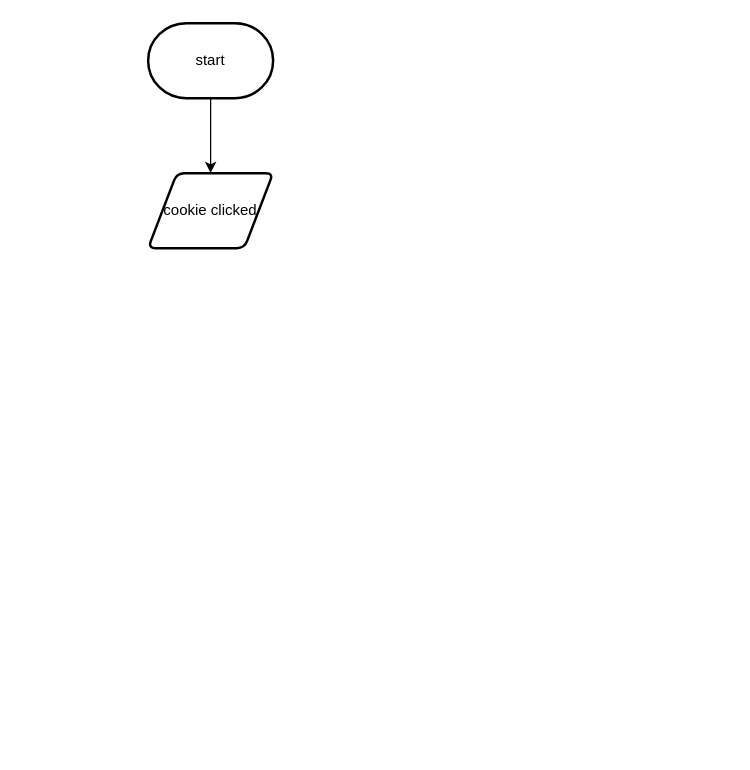
Before: design/flowchart.drawio in sophie-nguyen-0/ICS2O-unit6-02-storage, a draw.io diagram. Source tidied: cells renumbered, new cells numbered last; positions are measured from the earlier drawing's top-left corner, leaving out a move shared by most shapes. Both pictures are drawn from the tidied source at 125%, with x=0, y=0 at pixel (148, 22).
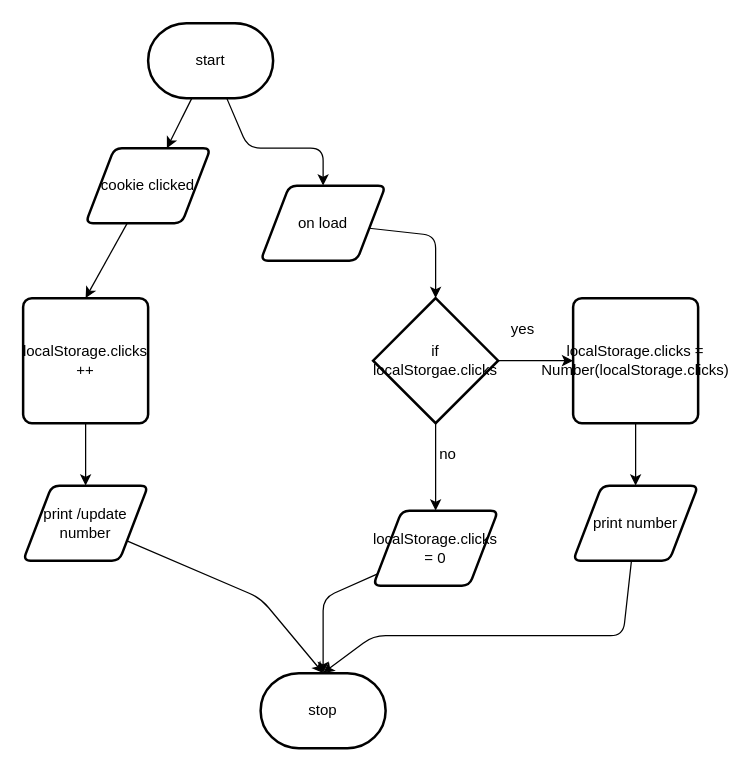
After the change.

The change refers to these unchanged cells:
```xml
<mxCell id="3" value="start" style="strokeWidth=2;html=1;shape=mxgraph.flowchart.terminator;whiteSpace=wrap;" parent="1" vertex="1">
  <mxGeometry width="100" height="60" as="geometry" />
</mxCell>
```

What changed in the source:
```diff
@@
+    <mxCell id="5" style="edgeStyle=none;html=1;entryX=0.5;entryY=0;entryDx=0;entryDy=0;" parent="1" edge="1" source="3" target="10">
+      <mxGeometry relative="1" as="geometry">
+        <Array as="points">
+          <mxPoint x="80" y="100" />
+          <mxPoint x="140" y="100" />
+        </Array>
+      </mxGeometry>
+    </mxCell>
@@
+    <mxCell id="6" style="edgeStyle=none;html=1;entryX=0.5;entryY=0;entryDx=0;entryDy=0;" parent="1" edge="1" source="4" target="8">
+      <mxGeometry relative="1" as="geometry" />
+    </mxCell>
     <mxCell id="4" value="cookie clicked" style="shape=parallelogram;html=1;strokeWidth=2;perimeter=parallelogramPerimeter;whiteSpace=wrap;rounded=1;arcSize=12;size=0.23;" parent="1" vertex="1">
-      <mxGeometry y="120" width="100" height="60" as="geometry" />
+      <mxGeometry x="-50" y="100" width="100" height="60" as="geometry" />
     </mxCell>
+    <mxCell id="7" style="edgeStyle=none;html=1;" parent="1" edge="1" source="8" target="19">
+      <mxGeometry relative="1" as="geometry" />
+    </mxCell>
+    <mxCell id="8" value="localStorage.clicks ++" style="rounded=1;whiteSpace=wrap;html=1;absoluteArcSize=1;arcSize=14;strokeWidth=2;" parent="1" vertex="1">
+      <mxGeometry x="-100" y="220" width="100" height="100" as="geometry" />
+    </mxCell>
+    <mxCell id="9" style="edgeStyle=none;html=1;entryX=0.5;entryY=0;entryDx=0;entryDy=0;entryPerimeter=0;" parent="1" edge="1" source="10" target="13">
+      <mxGeometry relative="1" as="geometry">
+        <Array as="points">
+          <mxPoint x="230" y="170" />
+        </Array>
+      </mxGeometry>
+    </mxCell>
+    <mxCell id="10" value="on load" style="shape=parallelogram;html=1;strokeWidth=2;perimeter=parallelogramPerimeter;whiteSpace=wrap;rounded=1;arcSize=12;size=0.23;" parent="1" vertex="1">
+      <mxGeometry x="90" y="130" width="100" height="60" as="geometry" />
+    </mxCell>
+    <mxCell id="11" style="edgeStyle=none;html=1;" parent="1" edge="1" source="13" target="15">
+      <mxGeometry relative="1" as="geometry" />
+    </mxCell>
+    <mxCell id="12" style="edgeStyle=none;html=1;" parent="1" edge="1" source="13" target="21">
+      <mxGeometry relative="1" as="geometry" />
+    </mxCell>
+    <mxCell id="13" value="if localStorgae.clicks" style="strokeWidth=2;html=1;shape=mxgraph.flowchart.decision;whiteSpace=wrap;" parent="1" vertex="1">
+      <mxGeometry x="180" y="220" width="100" height="100" as="geometry" />
+    </mxCell>
+    <mxCell id="14" style="edgeStyle=none;html=1;" parent="1" edge="1" source="15" target="17">
+      <mxGeometry relative="1" as="geometry" />
+    </mxCell>
+    <mxCell id="15" value="&lt;span style=&quot;font-size: 12px&quot;&gt;localStorage.clicks = Number(localStorage.clicks)&lt;/span&gt;" style="rounded=1;whiteSpace=wrap;html=1;absoluteArcSize=1;arcSize=14;strokeWidth=2;" parent="1" vertex="1">
+      <mxGeometry x="340" y="220" width="100" height="100" as="geometry" />
+    </mxCell>
+    <mxCell id="16" style="edgeStyle=none;html=1;entryX=0.5;entryY=0;entryDx=0;entryDy=0;entryPerimeter=0;" parent="1" edge="1" source="17" target="22">
+      <mxGeometry relative="1" as="geometry">
+        <Array as="points">
+          <mxPoint x="380" y="490" />
+          <mxPoint x="180" y="490" />
+        </Array>
+      </mxGeometry>
+    </mxCell>
+    <mxCell id="17" value="print number" style="shape=parallelogram;html=1;strokeWidth=2;perimeter=parallelogramPerimeter;whiteSpace=wrap;rounded=1;arcSize=12;size=0.23;" parent="1" vertex="1">
+      <mxGeometry x="340" y="370" width="100" height="60" as="geometry" />
+    </mxCell>
+    <mxCell id="18" style="edgeStyle=none;html=1;entryX=0.5;entryY=0;entryDx=0;entryDy=0;entryPerimeter=0;" parent="1" edge="1" source="19" target="22">
+      <mxGeometry relative="1" as="geometry">
+        <Array as="points">
+          <mxPoint x="90" y="460" />
+        </Array>
+      </mxGeometry>
+    </mxCell>
+    <mxCell id="19" value="print /update number" style="shape=parallelogram;html=1;strokeWidth=2;perimeter=parallelogramPerimeter;whiteSpace=wrap;rounded=1;arcSize=12;size=0.23;" parent="1" vertex="1">
+      <mxGeometry x="-100" y="370" width="100" height="60" as="geometry" />
+    </mxCell>
+    <mxCell id="20" style="edgeStyle=none;html=1;entryX=0.5;entryY=0;entryDx=0;entryDy=0;entryPerimeter=0;" parent="1" edge="1" source="21" target="22">
+      <mxGeometry relative="1" as="geometry">
+        <Array as="points">
+          <mxPoint x="140" y="460" />
+        </Array>
+      </mxGeometry>
+    </mxCell>
+    <mxCell id="21" value="localStorage.clicks = 0" style="shape=parallelogram;html=1;strokeWidth=2;perimeter=parallelogramPerimeter;whiteSpace=wrap;rounded=1;arcSize=12;size=0.23;" parent="1" vertex="1">
+      <mxGeometry x="180" y="390" width="100" height="60" as="geometry" />
+    </mxCell>
+    <mxCell id="22" value="stop" style="strokeWidth=2;html=1;shape=mxgraph.flowchart.terminator;whiteSpace=wrap;" parent="1" vertex="1">
+      <mxGeometry x="90" y="520" width="100" height="60" as="geometry" />
+    </mxCell>
+    <mxCell id="23" value="no" style="text;html=1;strokeColor=none;fillColor=none;align=center;verticalAlign=middle;whiteSpace=wrap;rounded=0;" parent="1" vertex="1">
+      <mxGeometry x="210" y="330" width="60" height="30" as="geometry" />
+    </mxCell>
+    <mxCell id="24" value="yes" style="text;html=1;strokeColor=none;fillColor=none;align=center;verticalAlign=middle;whiteSpace=wrap;rounded=0;" parent="1" vertex="1">
+      <mxGeometry x="270" y="230" width="60" height="30" as="geometry" />
+    </mxCell>
```
